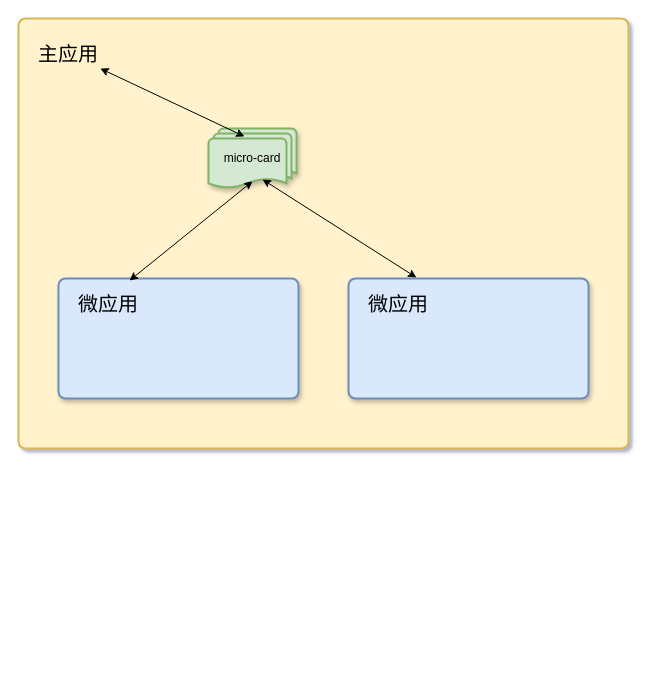
Before: Untitled Diagram.drawio in Mica-Ma/diagrams, a draw.io diagram. Source tidied: cells renumbered, new cells numbered last; positions are measured from the earlier drawing's top-left corner, leaving out a move shared by most shapes. Both pictures are drawn from the tidied source at 100%, with x=0, y=0 at pixel (18, 18).
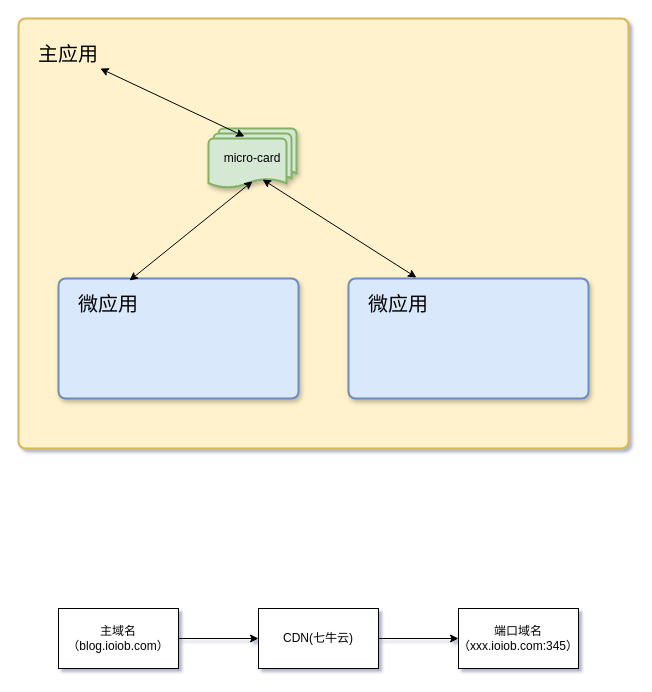
Above is the later version.

Change to the diagram source:
```diff
@@
 <mxGraphModel background="#FFFFFF" shadow="1">
   <root>
     <mxCell id="0" />
     <mxCell id="1" parent="0" />
     <mxCell id="2" style="rounded=1;whiteSpace=wrap;html=1;absoluteArcSize=1;arcSize=14;strokeWidth=2;fillColor=#fff2cc;strokeColor=#d6b656;" parent="1" vertex="1">
       <mxGeometry width="610" height="430" as="geometry" />
     </mxCell>
     <mxCell id="3" style="rounded=1;whiteSpace=wrap;html=1;absoluteArcSize=1;arcSize=14;strokeWidth=2;fillColor=#dae8fc;strokeColor=#6c8ebf;shadow=1;" parent="1" vertex="1">
       <mxGeometry x="40" y="260" width="240" height="120" as="geometry" />
     </mxCell>
     <mxCell id="4" value="micro-card" style="strokeWidth=2;html=1;shape=mxgraph.flowchart.multi-document;whiteSpace=wrap;fillColor=#d5e8d4;strokeColor=#82b366;shadow=1;" parent="1" vertex="1">
       <mxGeometry x="190" y="110" width="88" height="60" as="geometry" />
     </mxCell>
     <mxCell id="5" value="&lt;font style=&quot;font-size: 20px&quot;&gt;主应用&lt;/font&gt;" style="text;html=1;strokeColor=none;fillColor=none;align=center;verticalAlign=middle;whiteSpace=wrap;rounded=0;" parent="1" vertex="1">
       <mxGeometry x="10" y="20" width="80" height="30" as="geometry" />
     </mxCell>
     <mxCell id="6" value="&lt;font style=&quot;font-size: 20px&quot;&gt;微应用&lt;/font&gt;" style="text;html=1;strokeColor=none;fillColor=none;align=center;verticalAlign=middle;whiteSpace=wrap;rounded=0;" parent="1" vertex="1">
       <mxGeometry x="50" y="270" width="80" height="30" as="geometry" />
     </mxCell>
     <mxCell id="7" style="endArrow=classic;startArrow=classic;html=1;rounded=0;fontSize=20;entryX=0.5;entryY=0.88;entryDx=0;entryDy=0;entryPerimeter=0;exitX=0.296;exitY=0.017;exitDx=0;exitDy=0;exitPerimeter=0;" parent="1" edge="1" source="3" target="4">
       <mxGeometry relative="1" as="geometry" />
     </mxCell>
     <mxCell id="8" style="endArrow=classic;startArrow=classic;html=1;rounded=0;fontSize=20;exitX=0.409;exitY=0.133;exitDx=0;exitDy=0;exitPerimeter=0;" parent="1" edge="1" source="4" target="5">
       <mxGeometry relative="1" as="geometry" />
     </mxCell>
     <mxCell id="9" style="rounded=1;whiteSpace=wrap;html=1;absoluteArcSize=1;arcSize=14;strokeWidth=2;fillColor=#dae8fc;strokeColor=#6c8ebf;shadow=1;" parent="1" vertex="1">
       <mxGeometry x="330" y="260" width="240" height="120" as="geometry" />
     </mxCell>
     <mxCell id="10" value="&lt;font style=&quot;font-size: 20px&quot;&gt;微应用&lt;/font&gt;" style="text;html=1;strokeColor=none;fillColor=none;align=center;verticalAlign=middle;whiteSpace=wrap;rounded=0;" parent="1" vertex="1">
       <mxGeometry x="340" y="270" width="80" height="30" as="geometry" />
     </mxCell>
     <mxCell id="11" style="endArrow=classic;startArrow=classic;html=1;rounded=0;fontSize=20;exitX=0.283;exitY=-0.008;exitDx=0;exitDy=0;exitPerimeter=0;entryX=0.614;entryY=0.85;entryDx=0;entryDy=0;entryPerimeter=0;" parent="1" edge="1" source="9" target="4">
       <mxGeometry relative="1" as="geometry" />
     </mxCell>
+    <mxCell id="12" style="edgeStyle=orthogonalEdgeStyle;rounded=0;jettySize=auto;html=1;" parent="1" edge="1" source="13" target="15">
+      <mxGeometry relative="1" as="geometry" />
+    </mxCell>
+    <mxCell id="13" value="主域名（blog.ioiob.com）" style="rounded=0;whiteSpace=wrap;html=1;" parent="1" vertex="1">
+      <mxGeometry x="40" y="590" width="120" height="60" as="geometry" />
+    </mxCell>
+    <mxCell id="14" style="edgeStyle=orthogonalEdgeStyle;rounded=0;jettySize=auto;html=1;" parent="1" edge="1" source="15" target="16">
+      <mxGeometry relative="1" as="geometry" />
+    </mxCell>
+    <mxCell id="15" value="CDN(七牛云)" style="whiteSpace=wrap;html=1;rounded=0;" parent="1" vertex="1">
+      <mxGeometry x="240" y="590" width="120" height="60" as="geometry" />
+    </mxCell>
+    <mxCell id="16" value="端口域名（xxx.ioiob.com:345）" style="whiteSpace=wrap;html=1;rounded=0;" parent="1" vertex="1">
+      <mxGeometry x="440" y="590" width="120" height="60" as="geometry" />
+    </mxCell>
   </root>
 </mxGraphModel>
```
